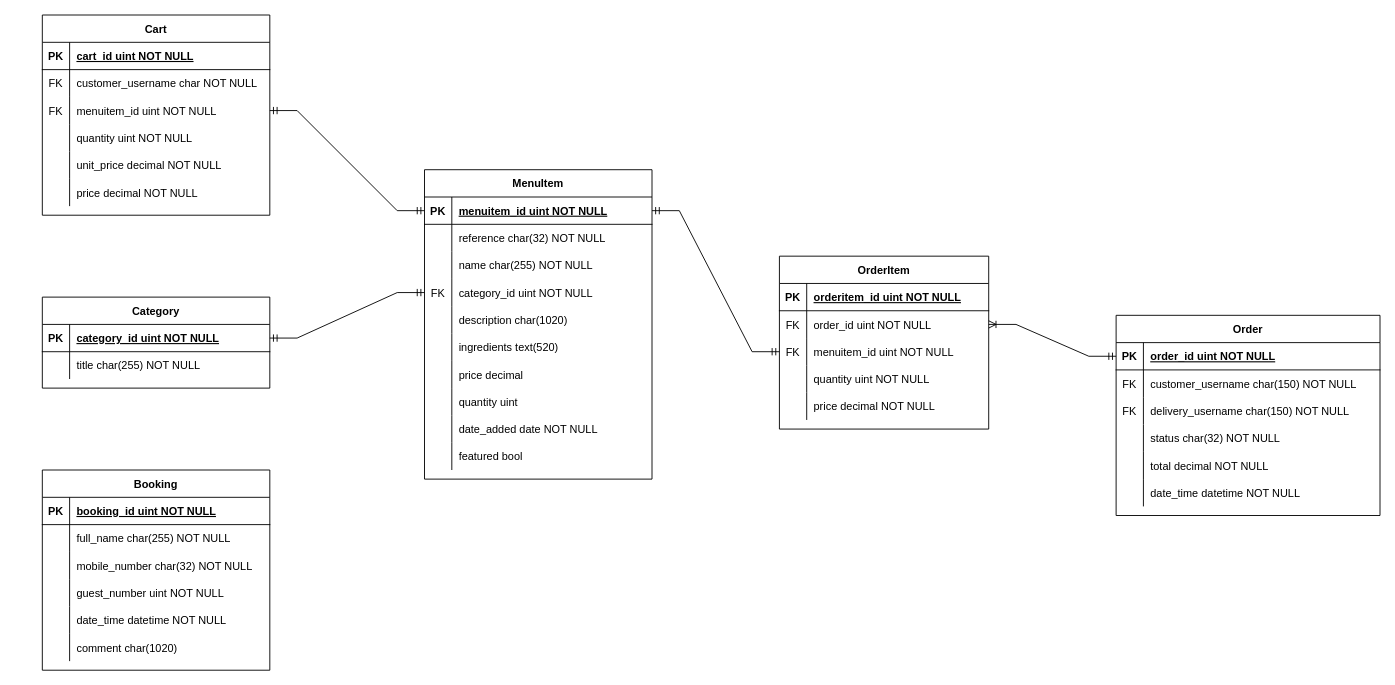
The draw.io diagram doc/data_model.drawio in oislen/LittleLemon, before the edit. Source tidied: cells renumbered, new cells numbered last; positions are measured from the earlier drawing's top-left corner, leaving out a move shared by most shapes. Both pictures are drawn from the tidied source at 91%, with x=0, y=0 at pixel (42, 15).
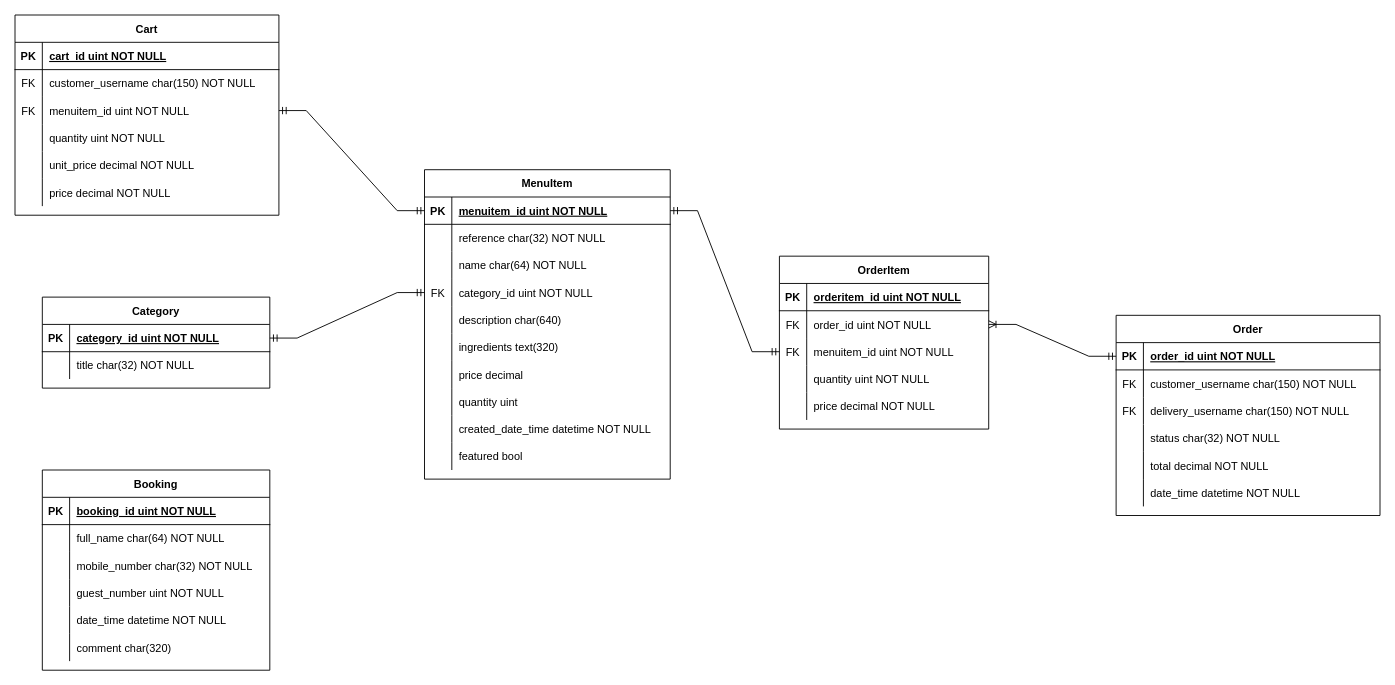
After the change.

Commit message (it also covers changes not shown here):
Updated data dictionary and data model flowchart with new data types and configurations

Unchanged cells that the change refers to:
```xml
<mxCell id="25" style="shape=partialRectangle;fillColor=none;top=0;left=0;right=0;bottom=0;" parent="21" vertex="1">
  <mxGeometry y="60" width="250" height="30" as="geometry" />
</mxCell>
<mxCell id="37" style="shape=partialRectangle;fillColor=none;top=0;left=0;right=0;bottom=0;" parent="21" vertex="1">
  <mxGeometry y="180" width="250" height="30" as="geometry" />
</mxCell>
<mxCell id="44" style="shape=partialRectangle;fillColor=none;top=0;left=0;right=0;bottom=0;" parent="40" vertex="1">
  <mxGeometry y="60" width="250" height="30" as="geometry" />
</mxCell>
```

What changed in the source:
```diff
@@
     <mxCell id="2" value="Cart" style="shape=table;startSize=30;childLayout=tableLayout;rowLines=0;fontStyle=1;align=center;" parent="1" vertex="1">
-      <mxGeometry width="250" height="220" as="geometry" />
+      <mxGeometry x="-30" width="290" height="220" as="geometry" />
     </mxCell>
     <mxCell id="3" style="shape=partialRectangle;fillColor=none;top=0;left=0;right=0;bottom=1;" parent="2" vertex="1">
-      <mxGeometry y="30" width="250" height="30" as="geometry" />
+      <mxGeometry y="30" width="290" height="30" as="geometry" />
     </mxCell>
@@
     <mxCell id="5" value="cart_id uint NOT NULL " style="shape=partialRectangle;overflow=hidden;fillColor=none;top=0;left=0;bottom=0;right=0;align=left;spacingLeft=6;fontStyle=5;" parent="3" vertex="1">
-      <mxGeometry x="30" width="220" height="30" as="geometry" />
+      <mxGeometry x="30" width="260" height="30" as="geometry" />
     </mxCell>
     <mxCell id="6" style="shape=partialRectangle;fillColor=none;top=0;left=0;right=0;bottom=0;" parent="2" vertex="1">
-      <mxGeometry y="60" width="250" height="30" as="geometry" />
+      <mxGeometry y="60" width="290" height="30" as="geometry" />
     </mxCell>
@@
-    <mxCell id="8" value="customer_username char NOT NULL" style="shape=partialRectangle;overflow=hidden;fillColor=none;top=0;left=0;bottom=0;right=0;align=left;spacingLeft=6;" parent="6" vertex="1">
-      <mxGeometry x="30" width="220" height="30" as="geometry" />
+    <mxCell id="8" value="customer_username char(150) NOT NULL" style="shape=partialRectangle;overflow=hidden;fillColor=none;top=0;left=0;bottom=0;right=0;align=left;spacingLeft=6;" parent="6" vertex="1">
+      <mxGeometry x="30" width="260" height="30" as="geometry" />
     </mxCell>
     <mxCell id="9" style="shape=partialRectangle;fillColor=none;points=[[0,0.5],[1,0.5]];portConstraint=eastwest;top=0;left=0;right=0;bottom=0;" parent="2" vertex="1">
-      <mxGeometry y="90" width="250" height="30" as="geometry" />
+      <mxGeometry y="90" width="290" height="30" as="geometry" />
     </mxCell>
@@
     <mxCell id="11" value="menuitem_id uint NOT NULL" style="shape=partialRectangle;overflow=hidden;fillColor=none;top=0;left=0;bottom=0;right=0;align=left;spacingLeft=6;" parent="9" vertex="1">
-      <mxGeometry x="30" width="220" height="30" as="geometry" />
+      <mxGeometry x="30" width="260" height="30" as="geometry" />
     </mxCell>
     <mxCell id="12" style="shape=partialRectangle;fillColor=none;top=0;left=0;right=0;bottom=0;" parent="2" vertex="1">
-      <mxGeometry y="120" width="250" height="30" as="geometry" />
+      <mxGeometry y="120" width="290" height="30" as="geometry" />
     </mxCell>
@@
     <mxCell id="14" value="quantity uint NOT NULL" style="shape=partialRectangle;overflow=hidden;fillColor=none;top=0;left=0;bottom=0;right=0;align=left;spacingLeft=6;" parent="12" vertex="1">
-      <mxGeometry x="30" width="220" height="30" as="geometry" />
+      <mxGeometry x="30" width="260" height="30" as="geometry" />
     </mxCell>
     <mxCell id="15" style="shape=partialRectangle;fillColor=none;top=0;left=0;right=0;bottom=0;" parent="2" vertex="1">
-      <mxGeometry y="150" width="250" height="30" as="geometry" />
+      <mxGeometry y="150" width="290" height="30" as="geometry" />
     </mxCell>
@@
     <mxCell id="17" value="unit_price decimal NOT NULL" style="shape=partialRectangle;overflow=hidden;fillColor=none;top=0;left=0;bottom=0;right=0;align=left;spacingLeft=6;" parent="15" vertex="1">
-      <mxGeometry x="30" width="220" height="30" as="geometry" />
+      <mxGeometry x="30" width="260" height="30" as="geometry" />
     </mxCell>
     <mxCell id="18" style="shape=partialRectangle;fillColor=none;top=0;left=0;right=0;bottom=0;" parent="2" vertex="1">
-      <mxGeometry y="180" width="250" height="30" as="geometry" />
+      <mxGeometry y="180" width="290" height="30" as="geometry" />
     </mxCell>
@@
     <mxCell id="20" value="price decimal NOT NULL" style="shape=partialRectangle;overflow=hidden;fillColor=none;top=0;left=0;bottom=0;right=0;align=left;spacingLeft=6;" parent="18" vertex="1">
-      <mxGeometry x="30" width="220" height="30" as="geometry" />
+      <mxGeometry x="30" width="260" height="30" as="geometry" />
     </mxCell>
@@
-    <mxCell id="27" value="full_name char(255) NOT NULL" style="shape=partialRectangle;overflow=hidden;fillColor=none;top=0;left=0;bottom=0;right=0;align=left;spacingLeft=6;" parent="25" vertex="1">
+    <mxCell id="27" value="full_name char(64) NOT NULL" style="shape=partialRectangle;overflow=hidden;fillColor=none;top=0;left=0;bottom=0;right=0;align=left;spacingLeft=6;" parent="25" vertex="1">
       <mxGeometry x="30" width="220" height="30" as="geometry" />
     </mxCell>
@@
-    <mxCell id="39" value="comment char(1020)" style="shape=partialRectangle;overflow=hidden;fillColor=none;top=0;left=0;bottom=0;right=0;align=left;spacingLeft=6;" parent="37" vertex="1">
+    <mxCell id="39" value="comment char(320)" style="shape=partialRectangle;overflow=hidden;fillColor=none;top=0;left=0;bottom=0;right=0;align=left;spacingLeft=6;" parent="37" vertex="1">
       <mxGeometry x="30" width="220" height="30" as="geometry" />
     </mxCell>
@@
-    <mxCell id="46" value="title char(255) NOT NULL" style="shape=partialRectangle;overflow=hidden;fillColor=none;top=0;left=0;bottom=0;right=0;align=left;spacingLeft=6;" parent="44" vertex="1">
+    <mxCell id="46" value="title char(32) NOT NULL" style="shape=partialRectangle;overflow=hidden;fillColor=none;top=0;left=0;bottom=0;right=0;align=left;spacingLeft=6;" parent="44" vertex="1">
       <mxGeometry x="30" width="220" height="30" as="geometry" />
     </mxCell>
     <mxCell id="47" value="MenuItem" style="shape=table;startSize=30;childLayout=tableLayout;rowLines=0;fontStyle=1;align=center;" parent="1" vertex="1">
-      <mxGeometry x="420" y="170" width="250" height="340" as="geometry" />
+      <mxGeometry x="420" y="170" width="270" height="340" as="geometry" />
     </mxCell>
     <mxCell id="48" style="shape=partialRectangle;fillColor=none;points=[[0,0.5],[1,0.5]];portConstraint=eastwest;top=0;left=0;right=0;bottom=1;" parent="47" vertex="1">
-      <mxGeometry y="30" width="250" height="30" as="geometry" />
+      <mxGeometry y="30" width="270" height="30" as="geometry" />
     </mxCell>
@@
     <mxCell id="50" value="menuitem_id uint NOT NULL " style="shape=partialRectangle;overflow=hidden;fillColor=none;top=0;left=0;bottom=0;right=0;align=left;spacingLeft=6;fontStyle=5;" parent="48" vertex="1">
-      <mxGeometry x="30" width="220" height="30" as="geometry" />
+      <mxGeometry x="30" width="240" height="30" as="geometry" />
     </mxCell>
     <mxCell id="51" style="shape=partialRectangle;fillColor=none;top=0;left=0;right=0;bottom=0;" parent="47" vertex="1">
-      <mxGeometry y="60" width="250" height="30" as="geometry" />
+      <mxGeometry y="60" width="270" height="30" as="geometry" />
     </mxCell>
@@
     <mxCell id="53" value="reference char(32) NOT NULL" style="shape=partialRectangle;overflow=hidden;fillColor=none;top=0;left=0;bottom=0;right=0;align=left;spacingLeft=6;" parent="51" vertex="1">
-      <mxGeometry x="30" width="220" height="30" as="geometry" />
+      <mxGeometry x="30" width="240" height="30" as="geometry" />
     </mxCell>
     <mxCell id="54" style="shape=partialRectangle;fillColor=none;top=0;left=0;right=0;bottom=0;" parent="47" vertex="1">
-      <mxGeometry y="90" width="250" height="30" as="geometry" />
+      <mxGeometry y="90" width="270" height="30" as="geometry" />
     </mxCell>
@@
-    <mxCell id="56" value="name char(255) NOT NULL" style="shape=partialRectangle;overflow=hidden;fillColor=none;top=0;left=0;bottom=0;right=0;align=left;spacingLeft=6;" parent="54" vertex="1">
-      <mxGeometry x="30" width="220" height="30" as="geometry" />
+    <mxCell id="56" value="name char(64) NOT NULL" style="shape=partialRectangle;overflow=hidden;fillColor=none;top=0;left=0;bottom=0;right=0;align=left;spacingLeft=6;" parent="54" vertex="1">
+      <mxGeometry x="30" width="240" height="30" as="geometry" />
     </mxCell>
     <mxCell id="57" style="shape=partialRectangle;fillColor=none;points=[[0,0.5],[1,0.5]];portConstraint=eastwest;top=0;left=0;right=0;bottom=0;" parent="47" vertex="1">
-      <mxGeometry y="120" width="250" height="30" as="geometry" />
+      <mxGeometry y="120" width="270" height="30" as="geometry" />
     </mxCell>
@@
     <mxCell id="59" value="category_id uint NOT NULL" style="shape=partialRectangle;overflow=hidden;fillColor=none;top=0;left=0;bottom=0;right=0;align=left;spacingLeft=6;" parent="57" vertex="1">
-      <mxGeometry x="30" width="220" height="30" as="geometry" />
+      <mxGeometry x="30" width="240" height="30" as="geometry" />
     </mxCell>
     <mxCell id="60" style="shape=partialRectangle;fillColor=none;top=0;left=0;right=0;bottom=0;" parent="47" vertex="1">
-      <mxGeometry y="150" width="250" height="30" as="geometry" />
+      <mxGeometry y="150" width="270" height="30" as="geometry" />
     </mxCell>
@@
-    <mxCell id="62" value="description char(1020)" style="shape=partialRectangle;overflow=hidden;fillColor=none;top=0;left=0;bottom=0;right=0;align=left;spacingLeft=6;" parent="60" vertex="1">
-      <mxGeometry x="30" width="220" height="30" as="geometry" />
+    <mxCell id="62" value="description char(640)" style="shape=partialRectangle;overflow=hidden;fillColor=none;top=0;left=0;bottom=0;right=0;align=left;spacingLeft=6;" parent="60" vertex="1">
+      <mxGeometry x="30" width="240" height="30" as="geometry" />
     </mxCell>
     <mxCell id="63" style="shape=partialRectangle;fillColor=none;top=0;left=0;right=0;bottom=0;" parent="47" vertex="1">
-      <mxGeometry y="180" width="250" height="30" as="geometry" />
+      <mxGeometry y="180" width="270" height="30" as="geometry" />
     </mxCell>
@@
-    <mxCell id="65" value="ingredients text(520)" style="shape=partialRectangle;overflow=hidden;fillColor=none;top=0;left=0;bottom=0;right=0;align=left;spacingLeft=6;" parent="63" vertex="1">
-      <mxGeometry x="30" width="220" height="30" as="geometry" />
+    <mxCell id="65" value="ingredients text(320)" style="shape=partialRectangle;overflow=hidden;fillColor=none;top=0;left=0;bottom=0;right=0;align=left;spacingLeft=6;" parent="63" vertex="1">
+      <mxGeometry x="30" width="240" height="30" as="geometry" />
     </mxCell>
     <mxCell id="66" style="shape=partialRectangle;fillColor=none;top=0;left=0;right=0;bottom=0;" parent="47" vertex="1">
-      <mxGeometry y="210" width="250" height="30" as="geometry" />
+      <mxGeometry y="210" width="270" height="30" as="geometry" />
     </mxCell>
@@
     <mxCell id="68" value="price decimal" style="shape=partialRectangle;overflow=hidden;fillColor=none;top=0;left=0;bottom=0;right=0;align=left;spacingLeft=6;" parent="66" vertex="1">
-      <mxGeometry x="30" width="220" height="30" as="geometry" />
+      <mxGeometry x="30" width="240" height="30" as="geometry" />
     </mxCell>
     <mxCell id="69" style="shape=partialRectangle;fillColor=none;top=0;left=0;right=0;bottom=0;" parent="47" vertex="1">
-      <mxGeometry y="240" width="250" height="30" as="geometry" />
+      <mxGeometry y="240" width="270" height="30" as="geometry" />
     </mxCell>
@@
     <mxCell id="71" value="quantity uint" style="shape=partialRectangle;overflow=hidden;fillColor=none;top=0;left=0;bottom=0;right=0;align=left;spacingLeft=6;" parent="69" vertex="1">
-      <mxGeometry x="30" width="220" height="30" as="geometry" />
+      <mxGeometry x="30" width="240" height="30" as="geometry" />
     </mxCell>
     <mxCell id="72" style="shape=partialRectangle;fillColor=none;top=0;left=0;right=0;bottom=0;" parent="47" vertex="1">
-      <mxGeometry y="270" width="250" height="30" as="geometry" />
+      <mxGeometry y="270" width="270" height="30" as="geometry" />
     </mxCell>
@@
-    <mxCell id="74" value="date_added date NOT NULL" style="shape=partialRectangle;overflow=hidden;fillColor=none;top=0;left=0;bottom=0;right=0;align=left;spacingLeft=6;" parent="72" vertex="1">
-      <mxGeometry x="30" width="220" height="30" as="geometry" />
+    <mxCell id="74" value="created_date_time datetime NOT NULL" style="shape=partialRectangle;overflow=hidden;fillColor=none;top=0;left=0;bottom=0;right=0;align=left;spacingLeft=6;" parent="72" vertex="1">
+      <mxGeometry x="30" width="240" height="30" as="geometry" />
     </mxCell>
     <mxCell id="75" style="shape=partialRectangle;fillColor=none;top=0;left=0;right=0;bottom=0;" parent="47" vertex="1">
-      <mxGeometry y="300" width="250" height="30" as="geometry" />
+      <mxGeometry y="300" width="270" height="30" as="geometry" />
     </mxCell>
@@
     <mxCell id="77" value="featured bool" style="shape=partialRectangle;overflow=hidden;fillColor=none;top=0;left=0;bottom=0;right=0;align=left;spacingLeft=6;" parent="75" vertex="1">
-      <mxGeometry x="30" width="220" height="30" as="geometry" />
+      <mxGeometry x="30" width="240" height="30" as="geometry" />
     </mxCell>
```
